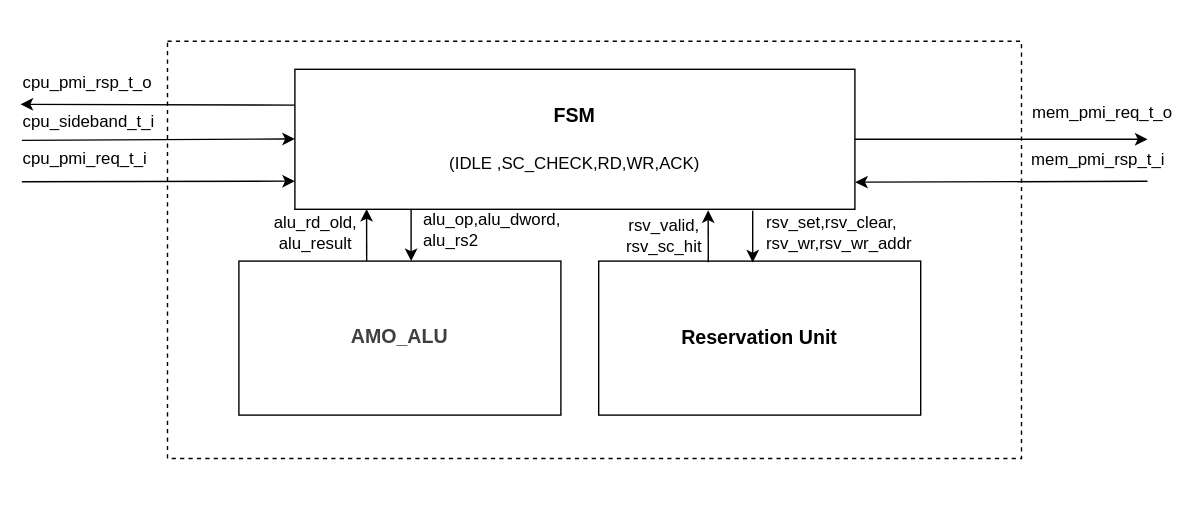
This is document/memss/adn_memss_des.svg from ADN-VLSI/adn_memss, a draw.io export, as it was before one commit. Source tidied: cells renumbered, new cells last; positions are measured from the earlier drawing's top-left corner, leaving out a move shared by most shapes.
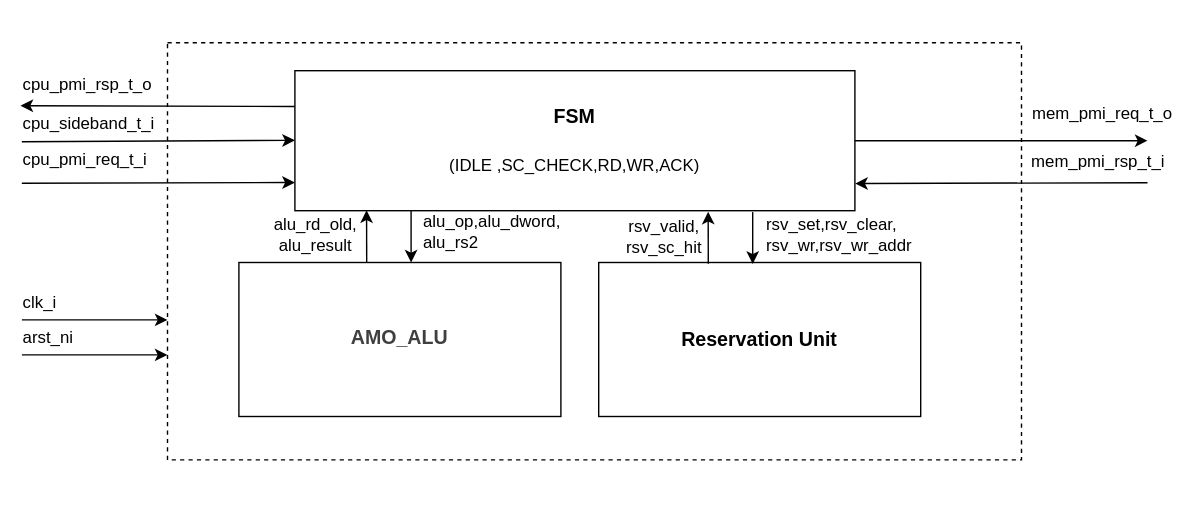
The same file after the commit.

Diff of the diagram source:
```diff
@@ -100,5 +100,23 @@
         <mxPoint x="819" y="100" as="targetPoint" />
       </mxGeometry>
     </mxCell>
+    <mxCell id="27" style="endArrow=classic;html=1;" parent="1" edge="1">
+      <mxGeometry relative="1" as="geometry">
+        <mxPoint x="15" y="228" as="sourcePoint" />
+        <mxPoint x="119" y="228" as="targetPoint" />
+      </mxGeometry>
+    </mxCell>
+    <mxCell id="28" value="clk_i" style="text;html=1;align=left;verticalAlign=middle;whiteSpace=wrap;rounded=0;" parent="1" vertex="1">
+      <mxGeometry x="14" y="196" width="80" height="40" as="geometry" />
+    </mxCell>
+    <mxCell id="29" style="endArrow=classic;html=1;" parent="1" edge="1">
+      <mxGeometry relative="1" as="geometry">
+        <mxPoint x="15" y="253" as="sourcePoint" />
+        <mxPoint x="119" y="253" as="targetPoint" />
+      </mxGeometry>
+    </mxCell>
+    <mxCell id="30" value="arst_ni" style="text;html=1;align=left;verticalAlign=middle;whiteSpace=wrap;rounded=0;" parent="1" vertex="1">
+      <mxGeometry x="14" y="221" width="80" height="40" as="geometry" />
+    </mxCell>
   </root>
 </mxGraphModel>
```
